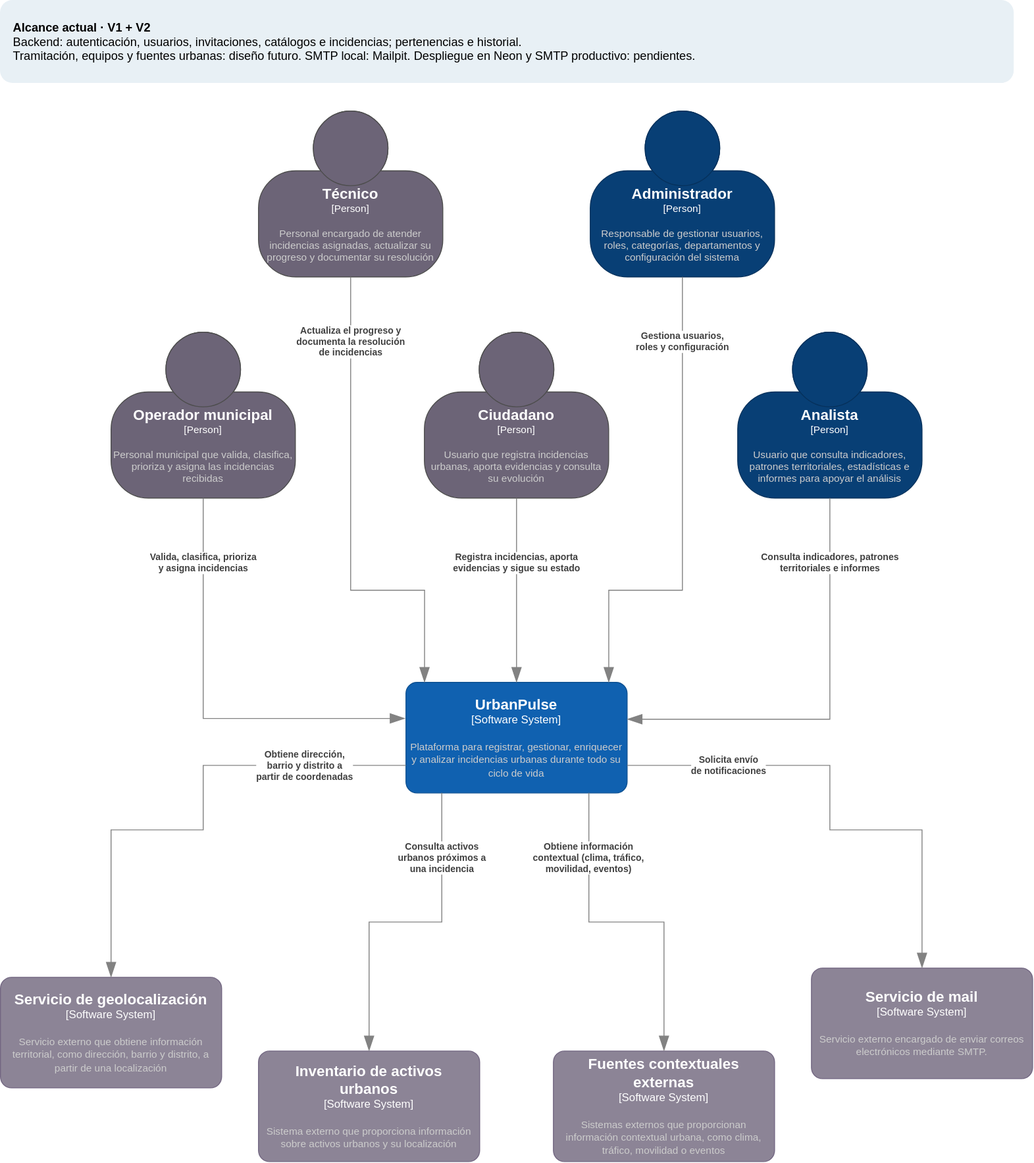
This is docs/diagrams/c4-context.svg from CeNtAuRoOo/urban-pulse-app, a draw.io export, as it was before one commit. Source tidied: cells renumbered, new cells last; positions are measured from the earlier drawing's top-left corner, leaving out a move shared by most shapes.
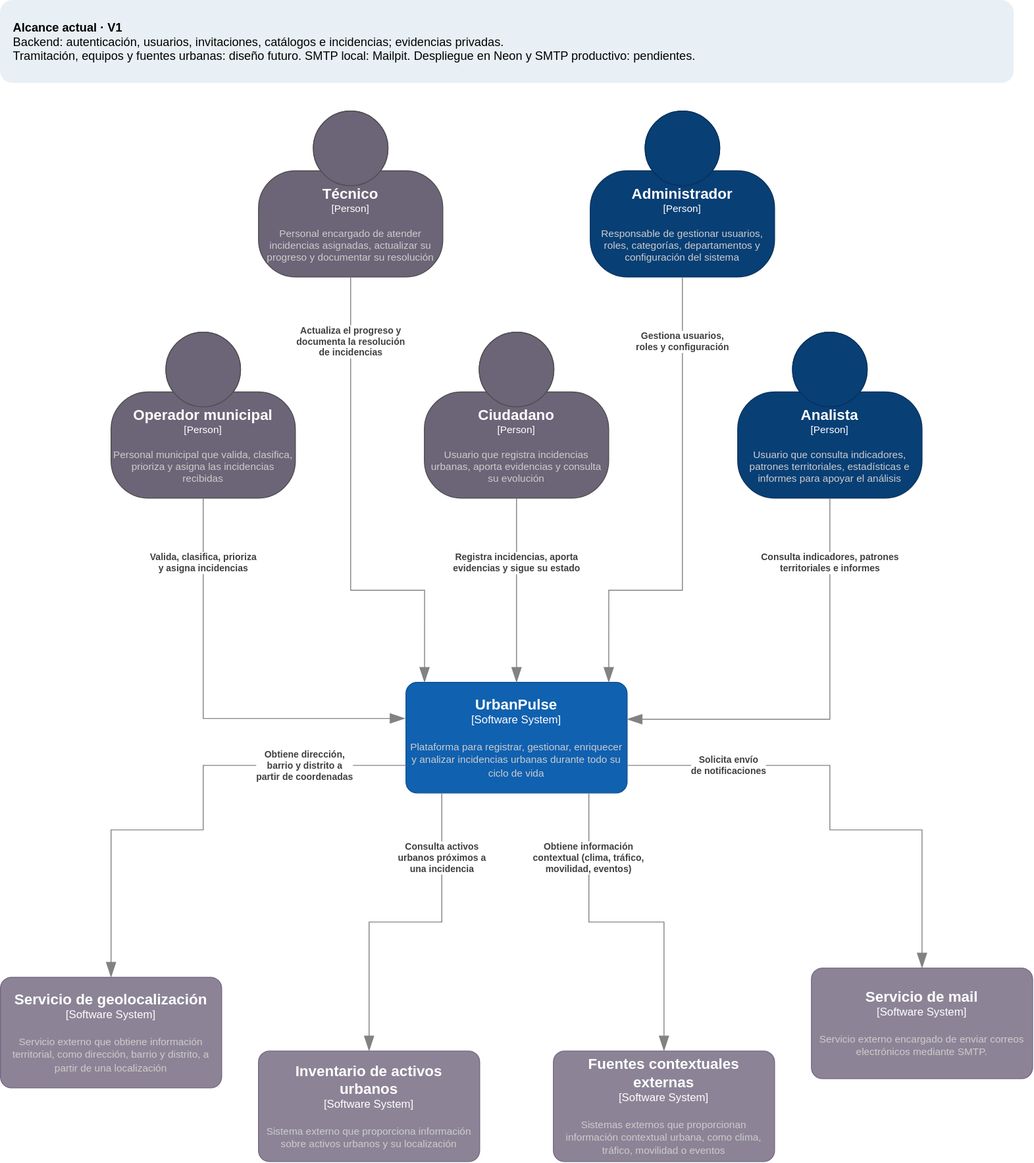
The same file after the commit.

What changed in the source:
```diff
@@ -119,7 +119,7 @@
         </mxGeometry>
       </mxCell>
     </object>
-    <mxCell id="21" value="&lt;b&gt;Alcance actual · V1 + V2&lt;/b&gt;&lt;br&gt;Backend: autenticación, usuarios, invitaciones, catálogos e incidencias; pertenencias e historial.&lt;br&gt;Tramitación, equipos y fuentes urbanas: diseño futuro. SMTP local: Mailpit. Despliegue en Neon y SMTP productivo: pendientes." style="rounded=1;whiteSpace=wrap;html=1;align=left;verticalAlign=middle;spacing=14;fillColor=#e8f0f5;strokeColor=none;fontSize=13;" parent="1" vertex="1">
+    <mxCell id="21" value="&lt;b&gt;Alcance actual · V1&lt;/b&gt;&lt;br&gt;Backend: autenticación, usuarios, invitaciones, catálogos e incidencias; evidencias privadas.&lt;br&gt;Tramitación, equipos y fuentes urbanas: diseño futuro. SMTP local: Mailpit. Despliegue en Neon y SMTP productivo: pendientes." style="rounded=1;whiteSpace=wrap;html=1;align=left;verticalAlign=middle;spacing=14;fillColor=#e8f0f5;strokeColor=none;fontSize=13;" parent="1" vertex="1">
       <mxGeometry width="1100" height="90" as="geometry" />
     </mxCell>
   </root>
```
